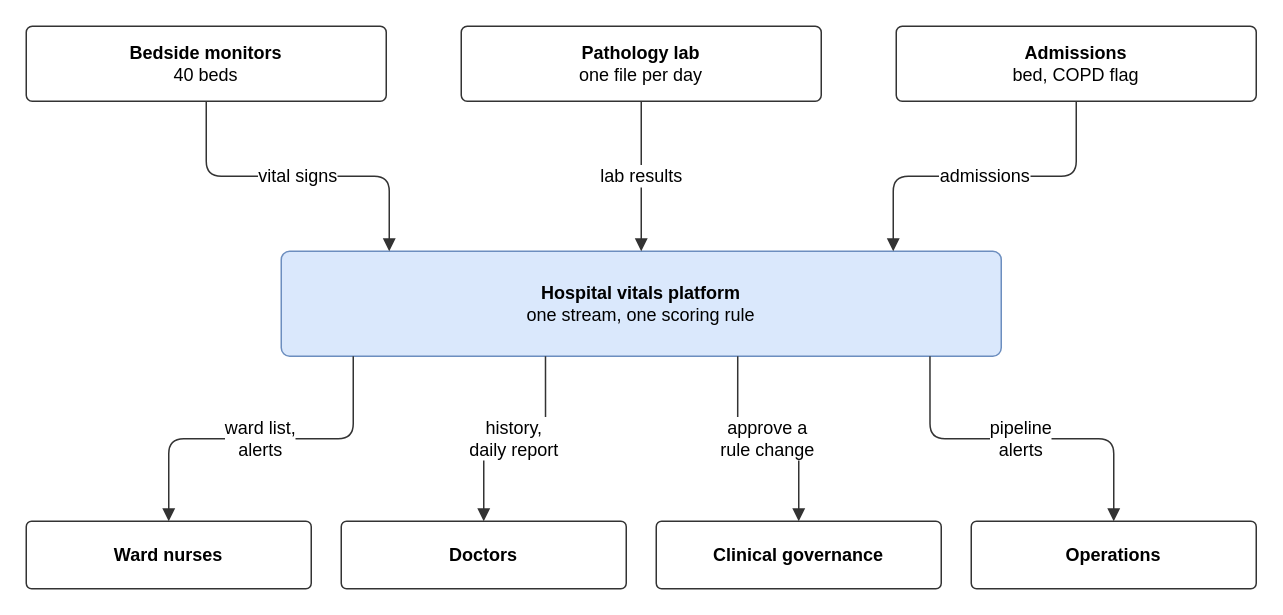
Earlier version of the draw.io diagram docs/diagrams/D1-context.drawio (Ashfaq-Riyaldeen/hospital-vitals-kappa). Source tidied: cells renumbered, new cells numbered last; positions are measured from the earlier drawing's top-left corner, leaving out a move shared by most shapes. Both pictures are drawn from the tidied source at 150%, with x=0, y=0 at pixel (26, 26).
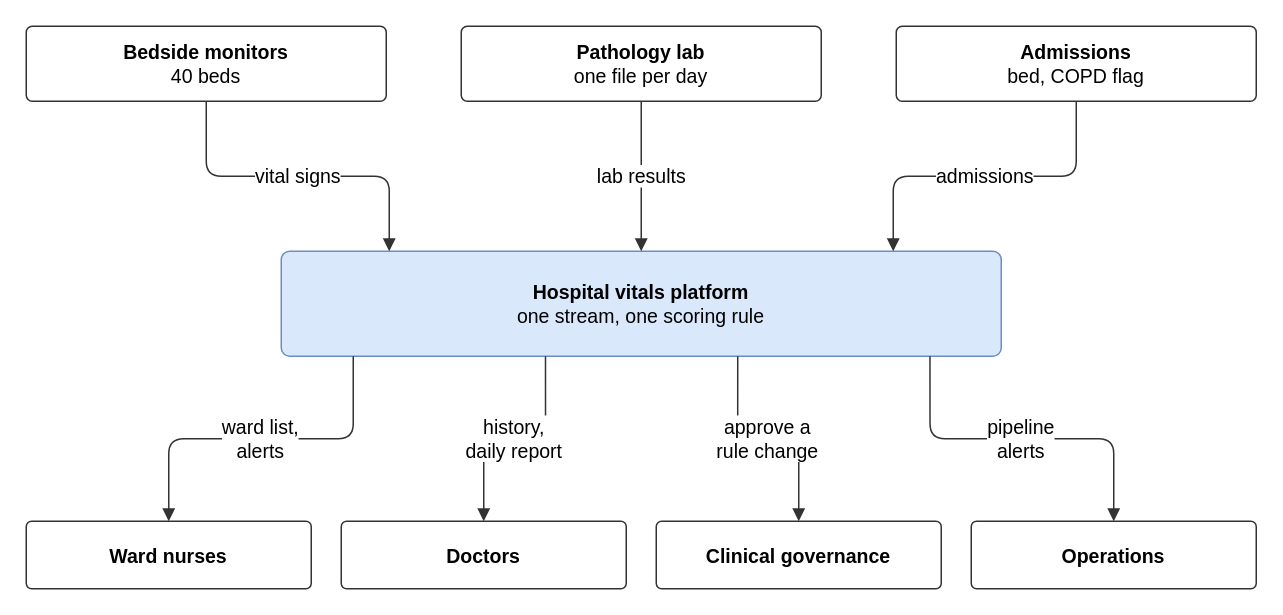
The same diagram, later.

Diff of the diagram source:
```diff
@@
 <mxGraphModel>
   <root>
     <mxCell id="0" />
     <mxCell id="1" parent="0" />
-    <mxCell id="2" value="&lt;b&gt;Hospital vitals platform&lt;/b&gt;&lt;br&gt;one stream, one scoring rule" style="whiteSpace=wrap;html=1;rounded=1;arcSize=8;fontFamily=Helvetica;fontSize=12;fillColor=#dae8fc;strokeColor=#6c8ebf;" parent="1" vertex="1">
+    <mxCell id="2" value="&lt;b&gt;Hospital vitals platform&lt;/b&gt;&lt;br&gt;one stream, one scoring rule" style="whiteSpace=wrap;html=1;rounded=1;arcSize=8;fontFamily=Helvetica;fontSize=13;fillColor=#dae8fc;strokeColor=#6c8ebf;" parent="1" vertex="1">
       <mxGeometry x="170" y="150" width="480" height="70" as="geometry" />
     </mxCell>
-    <mxCell id="3" value="&lt;b&gt;Bedside monitors&lt;/b&gt;&lt;br&gt;40 beds" style="whiteSpace=wrap;html=1;rounded=1;arcSize=8;fontFamily=Helvetica;fontSize=12;fillColor=#ffffff;strokeColor=#333333;" parent="1" vertex="1">
+    <mxCell id="3" value="&lt;b&gt;Bedside monitors&lt;/b&gt;&lt;br&gt;40 beds" style="whiteSpace=wrap;html=1;rounded=1;arcSize=8;fontFamily=Helvetica;fontSize=13;fillColor=#ffffff;strokeColor=#333333;" parent="1" vertex="1">
       <mxGeometry width="240" height="50" as="geometry" />
     </mxCell>
-    <mxCell id="4" value="vital signs" style="edgeStyle=orthogonalEdgeStyle;rounded=1;html=1;endArrow=block;endFill=1;fontFamily=Helvetica;fontSize=12;labelBackgroundColor=#ffffff;strokeColor=#333333;jumpStyle=arc;jumpSize=8;exitX=0.5;exitY=1;exitDx=0;exitDy=0;entryX=0.15;entryY=0;entryDx=0;entryDy=0;" parent="1" edge="1" source="3" target="2">
+    <mxCell id="4" value="vital signs" style="edgeStyle=orthogonalEdgeStyle;rounded=1;html=1;endArrow=block;endFill=1;fontFamily=Helvetica;fontSize=13;labelBackgroundColor=#ffffff;strokeColor=#333333;jumpStyle=arc;jumpSize=8;exitX=0.5;exitY=1;exitDx=0;exitDy=0;entryX=0.15;entryY=0;entryDx=0;entryDy=0;" parent="1" edge="1" source="3" target="2">
       <mxGeometry relative="1" as="geometry" />
     </mxCell>
-    <mxCell id="5" value="&lt;b&gt;Pathology lab&lt;/b&gt;&lt;br&gt;one file per day" style="whiteSpace=wrap;html=1;rounded=1;arcSize=8;fontFamily=Helvetica;fontSize=12;fillColor=#ffffff;strokeColor=#333333;" parent="1" vertex="1">
+    <mxCell id="5" value="&lt;b&gt;Pathology lab&lt;/b&gt;&lt;br&gt;one file per day" style="whiteSpace=wrap;html=1;rounded=1;arcSize=8;fontFamily=Helvetica;fontSize=13;fillColor=#ffffff;strokeColor=#333333;" parent="1" vertex="1">
       <mxGeometry x="290" width="240" height="50" as="geometry" />
     </mxCell>
-    <mxCell id="6" value="lab results" style="edgeStyle=orthogonalEdgeStyle;rounded=1;html=1;endArrow=block;endFill=1;fontFamily=Helvetica;fontSize=12;labelBackgroundColor=#ffffff;strokeColor=#333333;jumpStyle=arc;jumpSize=8;exitX=0.5;exitY=1;exitDx=0;exitDy=0;entryX=0.5;entryY=0;entryDx=0;entryDy=0;" parent="1" edge="1" source="5" target="2">
+    <mxCell id="6" value="lab results" style="edgeStyle=orthogonalEdgeStyle;rounded=1;html=1;endArrow=block;endFill=1;fontFamily=Helvetica;fontSize=13;labelBackgroundColor=#ffffff;strokeColor=#333333;jumpStyle=arc;jumpSize=8;exitX=0.5;exitY=1;exitDx=0;exitDy=0;entryX=0.5;entryY=0;entryDx=0;entryDy=0;" parent="1" edge="1" source="5" target="2">
       <mxGeometry relative="1" as="geometry" />
     </mxCell>
-    <mxCell id="7" value="&lt;b&gt;Admissions&lt;/b&gt;&lt;br&gt;bed, COPD flag" style="whiteSpace=wrap;html=1;rounded=1;arcSize=8;fontFamily=Helvetica;fontSize=12;fillColor=#ffffff;strokeColor=#333333;" parent="1" vertex="1">
+    <mxCell id="7" value="&lt;b&gt;Admissions&lt;/b&gt;&lt;br&gt;bed, COPD flag" style="whiteSpace=wrap;html=1;rounded=1;arcSize=8;fontFamily=Helvetica;fontSize=13;fillColor=#ffffff;strokeColor=#333333;" parent="1" vertex="1">
       <mxGeometry x="580" width="240" height="50" as="geometry" />
     </mxCell>
-    <mxCell id="8" value="admissions" style="edgeStyle=orthogonalEdgeStyle;rounded=1;html=1;endArrow=block;endFill=1;fontFamily=Helvetica;fontSize=12;labelBackgroundColor=#ffffff;strokeColor=#333333;jumpStyle=arc;jumpSize=8;exitX=0.5;exitY=1;exitDx=0;exitDy=0;entryX=0.85;entryY=0;entryDx=0;entryDy=0;" parent="1" edge="1" source="7" target="2">
+    <mxCell id="8" value="admissions" style="edgeStyle=orthogonalEdgeStyle;rounded=1;html=1;endArrow=block;endFill=1;fontFamily=Helvetica;fontSize=13;labelBackgroundColor=#ffffff;strokeColor=#333333;jumpStyle=arc;jumpSize=8;exitX=0.5;exitY=1;exitDx=0;exitDy=0;entryX=0.85;entryY=0;entryDx=0;entryDy=0;" parent="1" edge="1" source="7" target="2">
       <mxGeometry relative="1" as="geometry" />
     </mxCell>
-    <mxCell id="9" value="&lt;b&gt;Ward nurses&lt;/b&gt;" style="whiteSpace=wrap;html=1;rounded=1;arcSize=8;fontFamily=Helvetica;fontSize=12;fillColor=#ffffff;strokeColor=#333333;" parent="1" vertex="1">
+    <mxCell id="9" value="&lt;b&gt;Ward nurses&lt;/b&gt;" style="whiteSpace=wrap;html=1;rounded=1;arcSize=8;fontFamily=Helvetica;fontSize=13;fillColor=#ffffff;strokeColor=#333333;" parent="1" vertex="1">
       <mxGeometry y="330" width="190" height="45" as="geometry" />
     </mxCell>
-    <mxCell id="10" value="ward list,&lt;br&gt;alerts" style="edgeStyle=orthogonalEdgeStyle;rounded=1;html=1;endArrow=block;endFill=1;fontFamily=Helvetica;fontSize=12;labelBackgroundColor=#ffffff;strokeColor=#333333;jumpStyle=arc;jumpSize=8;exitX=0.1;exitY=1;exitDx=0;exitDy=0;entryX=0.5;entryY=0;entryDx=0;entryDy=0;" parent="1" edge="1" source="2" target="9">
+    <mxCell id="10" value="ward list,&lt;br&gt;alerts" style="edgeStyle=orthogonalEdgeStyle;rounded=1;html=1;endArrow=block;endFill=1;fontFamily=Helvetica;fontSize=13;labelBackgroundColor=#ffffff;strokeColor=#333333;jumpStyle=arc;jumpSize=8;exitX=0.1;exitY=1;exitDx=0;exitDy=0;entryX=0.5;entryY=0;entryDx=0;entryDy=0;" parent="1" edge="1" source="2" target="9">
       <mxGeometry relative="1" as="geometry" />
     </mxCell>
-    <mxCell id="11" value="&lt;b&gt;Doctors&lt;/b&gt;" style="whiteSpace=wrap;html=1;rounded=1;arcSize=8;fontFamily=Helvetica;fontSize=12;fillColor=#ffffff;strokeColor=#333333;" parent="1" vertex="1">
+    <mxCell id="11" value="&lt;b&gt;Doctors&lt;/b&gt;" style="whiteSpace=wrap;html=1;rounded=1;arcSize=8;fontFamily=Helvetica;fontSize=13;fillColor=#ffffff;strokeColor=#333333;" parent="1" vertex="1">
       <mxGeometry x="210" y="330" width="190" height="45" as="geometry" />
     </mxCell>
-    <mxCell id="12" value="history,&lt;br&gt;daily report" style="edgeStyle=orthogonalEdgeStyle;rounded=1;html=1;endArrow=block;endFill=1;fontFamily=Helvetica;fontSize=12;labelBackgroundColor=#ffffff;strokeColor=#333333;jumpStyle=arc;jumpSize=8;exitX=0.367;exitY=1;exitDx=0;exitDy=0;entryX=0.5;entryY=0;entryDx=0;entryDy=0;" parent="1" edge="1" source="2" target="11">
+    <mxCell id="12" value="history,&lt;br&gt;daily report" style="edgeStyle=orthogonalEdgeStyle;rounded=1;html=1;endArrow=block;endFill=1;fontFamily=Helvetica;fontSize=13;labelBackgroundColor=#ffffff;strokeColor=#333333;jumpStyle=arc;jumpSize=8;exitX=0.367;exitY=1;exitDx=0;exitDy=0;entryX=0.5;entryY=0;entryDx=0;entryDy=0;" parent="1" edge="1" source="2" target="11">
       <mxGeometry relative="1" as="geometry" />
     </mxCell>
-    <mxCell id="13" value="&lt;b&gt;Clinical governance&lt;/b&gt;" style="whiteSpace=wrap;html=1;rounded=1;arcSize=8;fontFamily=Helvetica;fontSize=12;fillColor=#ffffff;strokeColor=#333333;" parent="1" vertex="1">
+    <mxCell id="13" value="&lt;b&gt;Clinical governance&lt;/b&gt;" style="whiteSpace=wrap;html=1;rounded=1;arcSize=8;fontFamily=Helvetica;fontSize=13;fillColor=#ffffff;strokeColor=#333333;" parent="1" vertex="1">
       <mxGeometry x="420" y="330" width="190" height="45" as="geometry" />
     </mxCell>
-    <mxCell id="14" value="approve a&lt;br&gt;rule change" style="edgeStyle=orthogonalEdgeStyle;rounded=1;html=1;endArrow=block;endFill=1;fontFamily=Helvetica;fontSize=12;labelBackgroundColor=#ffffff;strokeColor=#333333;jumpStyle=arc;jumpSize=8;exitX=0.634;exitY=1;exitDx=0;exitDy=0;entryX=0.5;entryY=0;entryDx=0;entryDy=0;" parent="1" edge="1" source="2" target="13">
+    <mxCell id="14" value="approve a&lt;br&gt;rule change" style="edgeStyle=orthogonalEdgeStyle;rounded=1;html=1;endArrow=block;endFill=1;fontFamily=Helvetica;fontSize=13;labelBackgroundColor=#ffffff;strokeColor=#333333;jumpStyle=arc;jumpSize=8;exitX=0.634;exitY=1;exitDx=0;exitDy=0;entryX=0.5;entryY=0;entryDx=0;entryDy=0;" parent="1" edge="1" source="2" target="13">
       <mxGeometry relative="1" as="geometry" />
     </mxCell>
-    <mxCell id="15" value="&lt;b&gt;Operations&lt;/b&gt;" style="whiteSpace=wrap;html=1;rounded=1;arcSize=8;fontFamily=Helvetica;fontSize=12;fillColor=#ffffff;strokeColor=#333333;" parent="1" vertex="1">
+    <mxCell id="15" value="&lt;b&gt;Operations&lt;/b&gt;" style="whiteSpace=wrap;html=1;rounded=1;arcSize=8;fontFamily=Helvetica;fontSize=13;fillColor=#ffffff;strokeColor=#333333;" parent="1" vertex="1">
       <mxGeometry x="630" y="330" width="190" height="45" as="geometry" />
     </mxCell>
-    <mxCell id="16" value="pipeline&lt;br&gt;alerts" style="edgeStyle=orthogonalEdgeStyle;rounded=1;html=1;endArrow=block;endFill=1;fontFamily=Helvetica;fontSize=12;labelBackgroundColor=#ffffff;strokeColor=#333333;jumpStyle=arc;jumpSize=8;exitX=0.901;exitY=1;exitDx=0;exitDy=0;entryX=0.5;entryY=0;entryDx=0;entryDy=0;" parent="1" edge="1" source="2" target="15">
+    <mxCell id="16" value="pipeline&lt;br&gt;alerts" style="edgeStyle=orthogonalEdgeStyle;rounded=1;html=1;endArrow=block;endFill=1;fontFamily=Helvetica;fontSize=13;labelBackgroundColor=#ffffff;strokeColor=#333333;jumpStyle=arc;jumpSize=8;exitX=0.901;exitY=1;exitDx=0;exitDy=0;entryX=0.5;entryY=0;entryDx=0;entryDy=0;" parent="1" edge="1" source="2" target="15">
       <mxGeometry relative="1" as="geometry" />
     </mxCell>
   </root>
 </mxGraphModel>
```
